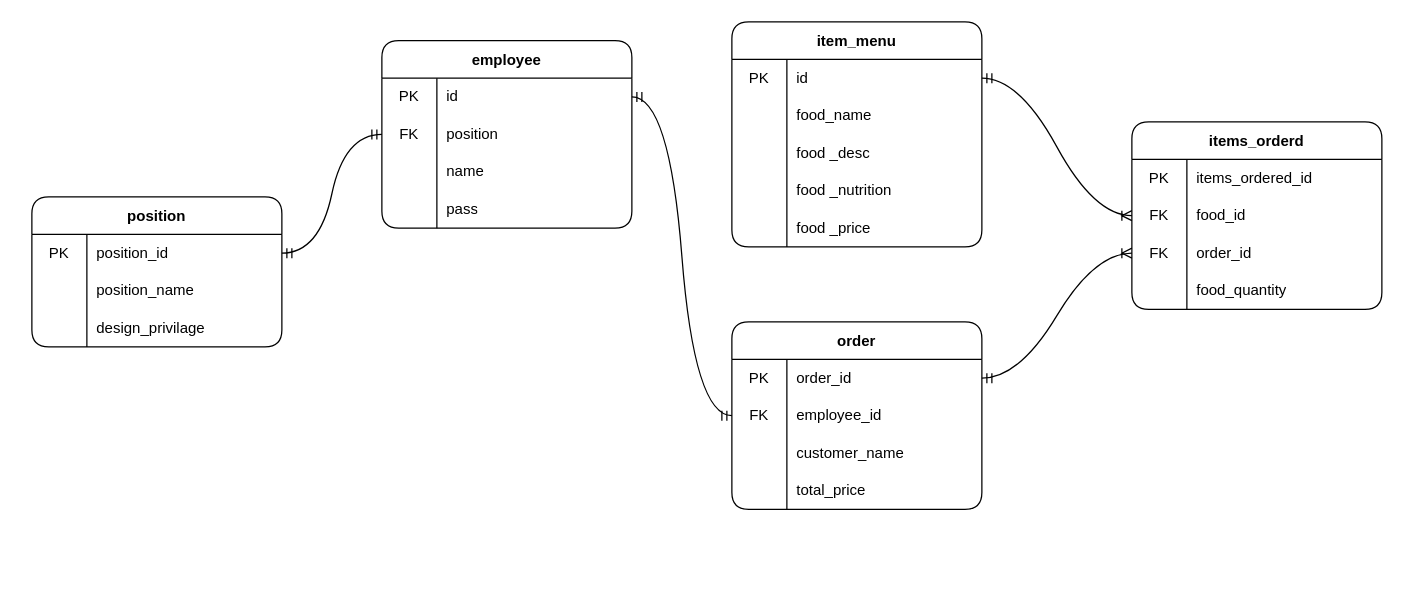
This is DOCS/Diagrams/ERD Diagram.drawio from alexxGmZ/MenuMaApp, a draw.io file, before an edit. Source tidied: cells renumbered, new cells numbered last; positions are measured from the earlier drawing's top-left corner, leaving out a move shared by most shapes. Both pictures are drawn from the tidied source at 125%, with x=0, y=0 at pixel (31, 21).
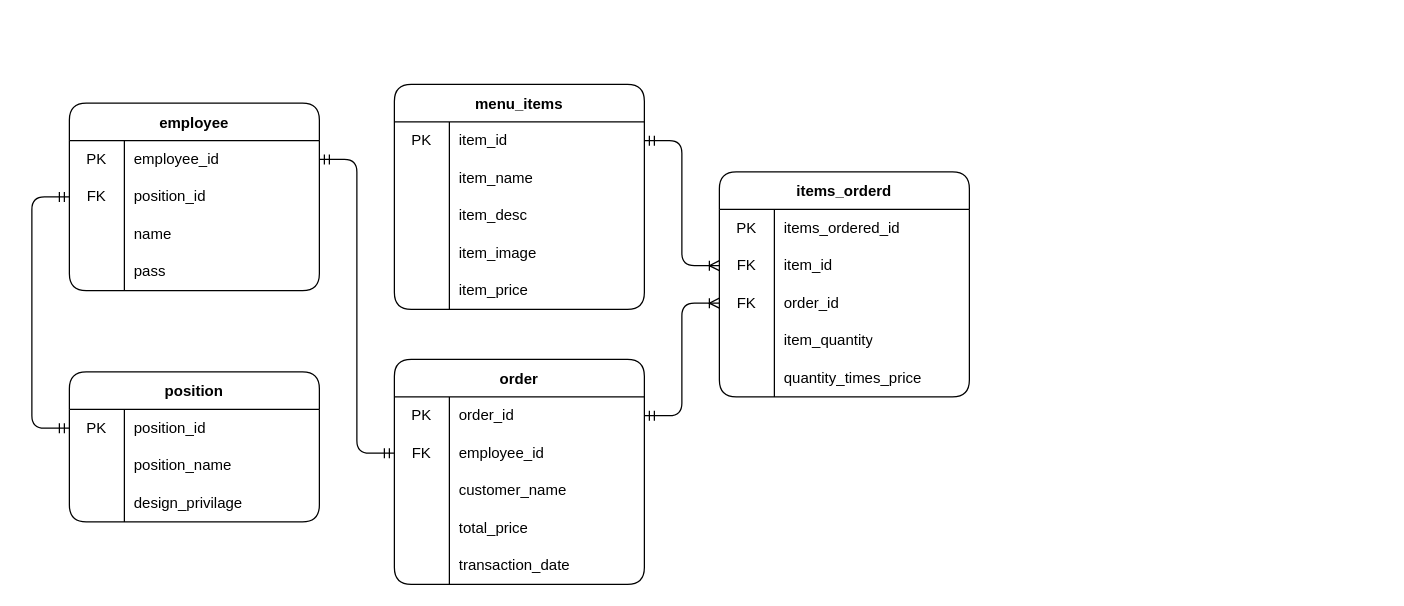
After the change.

Commit message:
erd: reorganize and add more table properties

Unchanged cells that the change refers to:
```xml
<mxCell id="3" style="shape=tableRow;horizontal=0;startSize=0;swimlaneHead=0;swimlaneBody=0;top=0;left=0;bottom=0;right=0;fillColor=none;points=[[0,0.5],[1,0.5]];portConstraint=eastwest;" parent="2" vertex="1">
  <mxGeometry y="30" width="200" height="30" as="geometry" />
</mxCell>
<mxCell id="6" style="shape=tableRow;horizontal=0;startSize=0;swimlaneHead=0;swimlaneBody=0;top=0;left=0;bottom=0;right=0;fillColor=none;points=[[0,0.5],[1,0.5]];portConstraint=eastwest;" parent="2" vertex="1">
  <mxGeometry y="60" width="200" height="30" as="geometry" />
</mxCell>
<mxCell id="16" style="shape=tableRow;horizontal=0;startSize=0;swimlaneHead=0;swimlaneBody=0;top=0;left=0;bottom=0;right=0;fillColor=none;points=[[0,0.5],[1,0.5]];portConstraint=eastwest;" parent="15" vertex="1">
  <mxGeometry y="30" width="200" height="30" as="geometry" />
</mxCell>
<mxCell id="19" style="shape=tableRow;horizontal=0;startSize=0;swimlaneHead=0;swimlaneBody=0;top=0;left=0;bottom=0;right=0;fillColor=none;" parent="15" vertex="1">
  <mxGeometry y="60" width="200" height="30" as="geometry" />
</mxCell>
<mxCell id="22" style="shape=tableRow;horizontal=0;startSize=0;swimlaneHead=0;swimlaneBody=0;top=0;left=0;bottom=0;right=0;fillColor=none;" parent="15" vertex="1">
  <mxGeometry y="90" width="200" height="30" as="geometry" />
</mxCell>
<mxCell id="25" style="shape=tableRow;horizontal=0;startSize=0;swimlaneHead=0;swimlaneBody=0;top=0;left=0;bottom=0;right=0;fillColor=none;" parent="15" vertex="1">
  <mxGeometry y="120" width="200" height="30" as="geometry" />
</mxCell>
<mxCell id="28" style="shape=tableRow;horizontal=0;startSize=0;swimlaneHead=0;swimlaneBody=0;top=0;left=0;bottom=0;right=0;fillColor=none;" parent="15" vertex="1">
  <mxGeometry y="150" width="200" height="30" as="geometry" />
</mxCell>
<mxCell id="32" style="shape=tableRow;horizontal=0;startSize=0;swimlaneHead=0;swimlaneBody=0;top=0;left=0;bottom=0;right=0;fillColor=none;points=[[0,0.5],[1,0.5]];portConstraint=eastwest;" parent="31" vertex="1">
  <mxGeometry y="30" width="200" height="30" as="geometry" />
</mxCell>
<mxCell id="35" style="shape=tableRow;horizontal=0;startSize=0;swimlaneHead=0;swimlaneBody=0;top=0;left=0;bottom=0;right=0;fillColor=none;points=[[0,0.5],[1,0.5]];portConstraint=eastwest;" parent="31" vertex="1">
  <mxGeometry y="60" width="200" height="30" as="geometry" />
</mxCell>
<mxCell id="48" style="shape=tableRow;horizontal=0;startSize=0;swimlaneHead=0;swimlaneBody=0;top=0;left=0;bottom=0;right=0;fillColor=none;points=[[0,0.5],[1,0.5]];portConstraint=eastwest;" parent="44" vertex="1">
  <mxGeometry y="60" width="200" height="30" as="geometry" />
</mxCell>
<mxCell id="51" style="shape=tableRow;horizontal=0;startSize=0;swimlaneHead=0;swimlaneBody=0;top=0;left=0;bottom=0;right=0;fillColor=none;points=[[0,0.5],[1,0.5]];portConstraint=eastwest;" parent="44" vertex="1">
  <mxGeometry y="90" width="200" height="30" as="geometry" />
</mxCell>
<mxCell id="54" style="shape=tableRow;horizontal=0;startSize=0;swimlaneHead=0;swimlaneBody=0;top=0;left=0;bottom=0;right=0;fillColor=none;" parent="44" vertex="1">
  <mxGeometry y="120" width="200" height="30" as="geometry" />
</mxCell>
<mxCell id="60" style="shape=tableRow;horizontal=0;startSize=0;swimlaneHead=0;swimlaneBody=0;top=0;left=0;bottom=0;right=0;fillColor=none;points=[[0,0.5],[1,0.5]];portConstraint=eastwest;" parent="59" vertex="1">
  <mxGeometry y="30" width="200" height="30" as="geometry" />
</mxCell>
```

Change to the diagram source:
```diff
@@
     <mxCell id="2" value="employee" style="shape=table;startSize=30;childLayout=tableLayout;rowLines=0;fontStyle=1;rounded=1;" parent="1" vertex="1">
-      <mxGeometry x="280" y="15" width="200" height="150" as="geometry" />
+      <mxGeometry x="30" y="65" width="200" height="150" as="geometry" />
     </mxCell>
@@
-    <mxCell id="5" value="id" style="shape=partialRectangle;html=1;whiteSpace=wrap;fillColor=none;top=0;left=0;bottom=0;right=0;align=left;spacingLeft=6;overflow=hidden;" parent="3" vertex="1">
+    <mxCell id="5" value="employee_id" style="shape=partialRectangle;html=1;whiteSpace=wrap;fillColor=none;top=0;left=0;bottom=0;right=0;align=left;spacingLeft=6;overflow=hidden;" parent="3" vertex="1">
       <mxGeometry x="44" width="156" height="30" as="geometry" />
     </mxCell>
@@
-    <mxCell id="8" value="position" style="shape=partialRectangle;html=1;whiteSpace=wrap;fillColor=none;top=0;left=0;bottom=0;right=0;align=left;spacingLeft=6;overflow=hidden;" parent="6" vertex="1">
+    <mxCell id="8" value="position_id" style="shape=partialRectangle;html=1;whiteSpace=wrap;fillColor=none;top=0;left=0;bottom=0;right=0;align=left;spacingLeft=6;overflow=hidden;" parent="6" vertex="1">
       <mxGeometry x="44" width="156" height="30" as="geometry" />
     </mxCell>
@@
-    <mxCell id="15" value="item_menu" style="shape=table;startSize=30;childLayout=tableLayout;rowLines=0;fontStyle=1;rounded=1;" parent="1" vertex="1">
-      <mxGeometry x="560" width="200" height="180" as="geometry" />
+    <mxCell id="15" value="menu_items" style="shape=table;startSize=30;childLayout=tableLayout;rowLines=0;fontStyle=1;rounded=1;" parent="1" vertex="1">
+      <mxGeometry x="290" y="50" width="200" height="180" as="geometry" />
     </mxCell>
@@
-    <mxCell id="18" value="id" style="shape=partialRectangle;html=1;whiteSpace=wrap;fillColor=none;top=0;left=0;bottom=0;right=0;align=left;spacingLeft=6;overflow=hidden;" parent="16" vertex="1">
+    <mxCell id="18" value="item_id" style="shape=partialRectangle;html=1;whiteSpace=wrap;fillColor=none;top=0;left=0;bottom=0;right=0;align=left;spacingLeft=6;overflow=hidden;" parent="16" vertex="1">
       <mxGeometry x="44" width="156" height="30" as="geometry" />
     </mxCell>
@@
-    <mxCell id="21" value="food_name" style="shape=partialRectangle;html=1;whiteSpace=wrap;fillColor=none;top=0;left=0;bottom=0;right=0;align=left;spacingLeft=6;overflow=hidden;" parent="19" vertex="1">
+    <mxCell id="21" value="item_name" style="shape=partialRectangle;html=1;whiteSpace=wrap;fillColor=none;top=0;left=0;bottom=0;right=0;align=left;spacingLeft=6;overflow=hidden;" parent="19" vertex="1">
       <mxGeometry x="44" width="156" height="30" as="geometry" />
     </mxCell>
@@
-    <mxCell id="24" value="food _desc" style="shape=partialRectangle;html=1;whiteSpace=wrap;fillColor=none;top=0;left=0;bottom=0;right=0;align=left;spacingLeft=6;overflow=hidden;" parent="22" vertex="1">
+    <mxCell id="24" value="item_desc" style="shape=partialRectangle;html=1;whiteSpace=wrap;fillColor=none;top=0;left=0;bottom=0;right=0;align=left;spacingLeft=6;overflow=hidden;" parent="22" vertex="1">
       <mxGeometry x="44" width="156" height="30" as="geometry" />
     </mxCell>
@@
-    <mxCell id="27" value="food _nutrition" style="shape=partialRectangle;html=1;whiteSpace=wrap;fillColor=none;top=0;left=0;bottom=0;right=0;align=left;spacingLeft=6;overflow=hidden;" parent="25" vertex="1">
+    <mxCell id="27" value="item_image" style="shape=partialRectangle;html=1;whiteSpace=wrap;fillColor=none;top=0;left=0;bottom=0;right=0;align=left;spacingLeft=6;overflow=hidden;" parent="25" vertex="1">
       <mxGeometry x="44" width="156" height="30" as="geometry" />
     </mxCell>
@@
-    <mxCell id="30" value="food _price" style="shape=partialRectangle;html=1;whiteSpace=wrap;fillColor=none;top=0;left=0;bottom=0;right=0;align=left;spacingLeft=6;overflow=hidden;" parent="28" vertex="1">
+    <mxCell id="30" value="item_price" style="shape=partialRectangle;html=1;whiteSpace=wrap;fillColor=none;top=0;left=0;bottom=0;right=0;align=left;spacingLeft=6;overflow=hidden;" parent="28" vertex="1">
       <mxGeometry x="44" width="156" height="30" as="geometry" />
     </mxCell>
     <mxCell id="31" value="order" style="shape=table;startSize=30;childLayout=tableLayout;rowLines=0;fontStyle=1;rounded=1;" parent="1" vertex="1">
-      <mxGeometry x="560" y="240" width="200" height="150" as="geometry" />
+      <mxGeometry x="290" y="270" width="200" height="180" as="geometry" />
     </mxCell>
@@
+    <mxCell id="71" style="shape=tableRow;horizontal=0;startSize=0;swimlaneHead=0;swimlaneBody=0;top=0;left=0;bottom=0;right=0;fillColor=none;" parent="31" vertex="1">
+      <mxGeometry y="150" width="200" height="30" as="geometry" />
+    </mxCell>
+    <mxCell id="72" style="shape=partialRectangle;html=1;whiteSpace=wrap;fillColor=none;top=0;left=0;bottom=0;right=0;overflow=hidden;" parent="71" vertex="1">
+      <mxGeometry width="44" height="30" as="geometry" />
+    </mxCell>
+    <mxCell id="73" value="transaction_date" style="shape=partialRectangle;html=1;whiteSpace=wrap;fillColor=none;top=0;left=0;bottom=0;right=0;align=left;spacingLeft=6;overflow=hidden;" parent="71" vertex="1">
+      <mxGeometry x="44" width="156" height="30" as="geometry" />
+    </mxCell>
     <mxCell id="44" value="items_orderd" style="shape=table;startSize=30;childLayout=tableLayout;rowLines=0;fontStyle=1;rounded=1;" parent="1" vertex="1">
-      <mxGeometry x="880" y="80" width="200" height="150" as="geometry" />
+      <mxGeometry x="550" y="120" width="200" height="180" as="geometry" />
     </mxCell>
@@
-    <mxCell id="50" value="food_id" style="shape=partialRectangle;html=1;whiteSpace=wrap;fillColor=none;top=0;left=0;bottom=0;right=0;align=left;spacingLeft=6;overflow=hidden;" parent="48" vertex="1">
+    <mxCell id="50" value="item_id" style="shape=partialRectangle;html=1;whiteSpace=wrap;fillColor=none;top=0;left=0;bottom=0;right=0;align=left;spacingLeft=6;overflow=hidden;" parent="48" vertex="1">
       <mxGeometry x="44" width="156" height="30" as="geometry" />
     </mxCell>
@@
-    <mxCell id="56" value="food_quantity" style="shape=partialRectangle;html=1;whiteSpace=wrap;fillColor=none;top=0;left=0;bottom=0;right=0;align=left;spacingLeft=6;overflow=hidden;" parent="54" vertex="1">
+    <mxCell id="56" value="item_quantity" style="shape=partialRectangle;html=1;whiteSpace=wrap;fillColor=none;top=0;left=0;bottom=0;right=0;align=left;spacingLeft=6;overflow=hidden;" parent="54" vertex="1">
       <mxGeometry x="44" width="156" height="30" as="geometry" />
     </mxCell>
+    <mxCell id="74" style="shape=tableRow;horizontal=0;startSize=0;swimlaneHead=0;swimlaneBody=0;top=0;left=0;bottom=0;right=0;fillColor=none;" parent="44" vertex="1">
+      <mxGeometry y="150" width="200" height="30" as="geometry" />
+    </mxCell>
+    <mxCell id="75" style="shape=partialRectangle;html=1;whiteSpace=wrap;fillColor=none;top=0;left=0;bottom=0;right=0;overflow=hidden;" parent="74" vertex="1">
+      <mxGeometry width="44" height="30" as="geometry" />
+    </mxCell>
+    <mxCell id="76" value="quantity_times_price" style="shape=partialRectangle;html=1;whiteSpace=wrap;fillColor=none;top=0;left=0;bottom=0;right=0;align=left;spacingLeft=6;overflow=hidden;" parent="74" vertex="1">
+      <mxGeometry x="44" width="156" height="30" as="geometry" />
+    </mxCell>
-    <mxCell id="57" style="edgeStyle=entityRelationEdgeStyle;fontSize=12;html=1;endArrow=ERoneToMany;startArrow=ERmandOne;curved=1;exitX=1;exitY=0.5;exitDx=0;exitDy=0;entryX=0;entryY=0.5;entryDx=0;entryDy=0;" parent="1" edge="1" source="16" target="48">
+    <mxCell id="57" style="edgeStyle=entityRelationEdgeStyle;fontSize=12;html=1;endArrow=ERoneToMany;startArrow=ERmandOne;exitX=1;exitY=0.5;exitDx=0;exitDy=0;entryX=0;entryY=0.5;entryDx=0;entryDy=0;rounded=1;" parent="1" edge="1" source="16" target="48">
       <mxGeometry relative="1" as="geometry" />
     </mxCell>
-    <mxCell id="58" style="edgeStyle=entityRelationEdgeStyle;fontSize=12;html=1;endArrow=ERoneToMany;startArrow=ERmandOne;curved=1;exitX=1;exitY=0.5;exitDx=0;exitDy=0;entryX=0;entryY=0.5;entryDx=0;entryDy=0;" parent="1" edge="1" source="32" target="51">
+    <mxCell id="58" style="edgeStyle=entityRelationEdgeStyle;fontSize=12;html=1;endArrow=ERoneToMany;startArrow=ERmandOne;exitX=1;exitY=0.5;exitDx=0;exitDy=0;entryX=0;entryY=0.5;entryDx=0;entryDy=0;rounded=1;" parent="1" edge="1" source="32" target="51">
       <mxGeometry relative="1" as="geometry" />
     </mxCell>
     <mxCell id="59" value="position" style="shape=table;startSize=30;childLayout=tableLayout;rowLines=0;fontStyle=1;rounded=1;" parent="1" vertex="1">
-      <mxGeometry y="140" width="200" height="120" as="geometry" />
+      <mxGeometry x="30" y="280" width="200" height="120" as="geometry" />
     </mxCell>
@@
-    <mxCell id="69" style="edgeStyle=entityRelationEdgeStyle;fontSize=12;html=1;endArrow=ERmandOne;startArrow=ERmandOne;curved=1;exitX=1;exitY=0.5;exitDx=0;exitDy=0;entryX=0;entryY=0.5;entryDx=0;entryDy=0;" parent="1" edge="1" source="3" target="35">
+    <mxCell id="69" style="edgeStyle=entityRelationEdgeStyle;fontSize=12;html=1;endArrow=ERmandOne;startArrow=ERmandOne;exitX=1;exitY=0.5;exitDx=0;exitDy=0;entryX=0;entryY=0.5;entryDx=0;entryDy=0;rounded=1;" parent="1" edge="1" source="3" target="35">
       <mxGeometry relative="1" as="geometry" />
     </mxCell>
-    <mxCell id="70" style="edgeStyle=entityRelationEdgeStyle;fontSize=12;html=1;endArrow=ERmandOne;startArrow=ERmandOne;curved=1;exitX=1;exitY=0.5;exitDx=0;exitDy=0;entryX=0;entryY=0.5;entryDx=0;entryDy=0;" parent="1" edge="1" source="60" target="6">
-      <mxGeometry relative="1" as="geometry" />
+    <mxCell id="70" style="fontSize=12;html=1;endArrow=ERmandOne;startArrow=ERmandOne;entryX=0;entryY=0.5;entryDx=0;entryDy=0;strokeColor=default;edgeStyle=orthogonalEdgeStyle;exitX=0;exitY=0.5;exitDx=0;exitDy=0;" parent="1" edge="1" source="60" target="6">
+      <mxGeometry relative="1" as="geometry">
+        <Array as="points">
+          <mxPoint y="325" />
+          <mxPoint y="140" />
+        </Array>
+      </mxGeometry>
     </mxCell>
```
